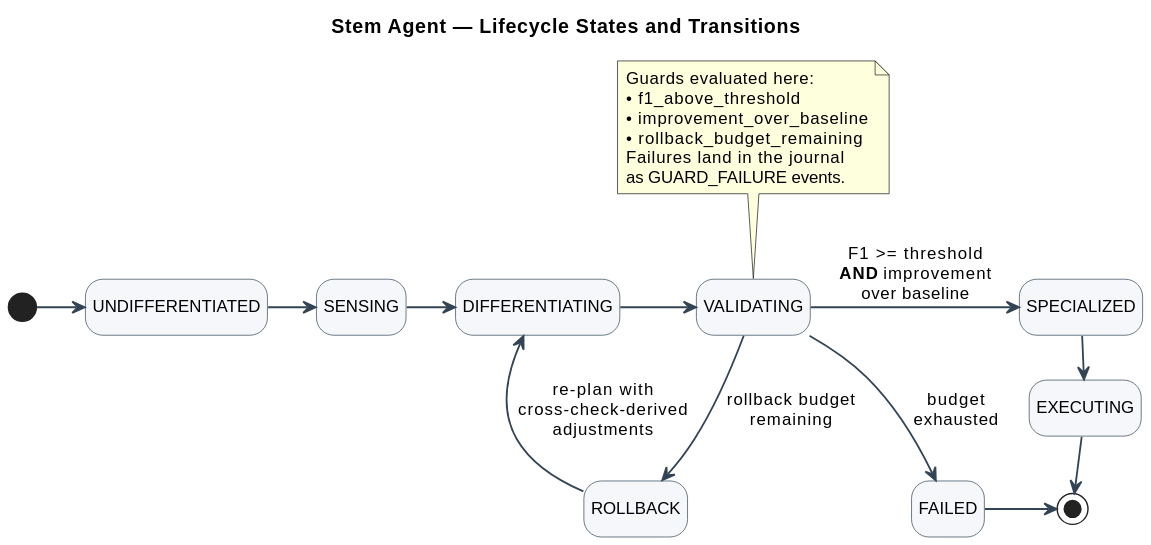
Before: docs/diagrams/state_machine.svg, a diagram exported from PlantUML (qflen/stem-agent). Source of this version:
```plantuml
@startuml
title Stem Agent — Lifecycle States and Transitions

skinparam state {
  BackgroundColor #F5F7FA
  BorderColor #345
  FontName Helvetica
  FontSize 12
}
skinparam shadowing false
skinparam arrowThickness 1.3
skinparam arrowColor #345
skinparam defaultFontSize 12

hide empty description

[*] -right-> UNDIFFERENTIATED
UNDIFFERENTIATED -right-> SENSING
SENSING -right-> DIFFERENTIATING
DIFFERENTIATING -right-> VALIDATING

VALIDATING -right-> SPECIALIZED : F1 >= threshold\n**AND** improvement\nover baseline
SPECIALIZED -right-> EXECUTING : review(code)
EXECUTING -right-> [*]

VALIDATING -down-> ROLLBACK : rollback budget\nremaining
ROLLBACK -up-> DIFFERENTIATING : re-plan with\ncross-check-derived\nadjustments

VALIDATING -down-> FAILED : budget\nexhausted
FAILED -right-> [*]

note top of VALIDATING
  Guards evaluated here:
  • f1_above_threshold
  • improvement_over_baseline
  • rollback_budget_remaining
  Failures land in the journal
  as GUARD_FAILURE events.
end note
@enduml
```
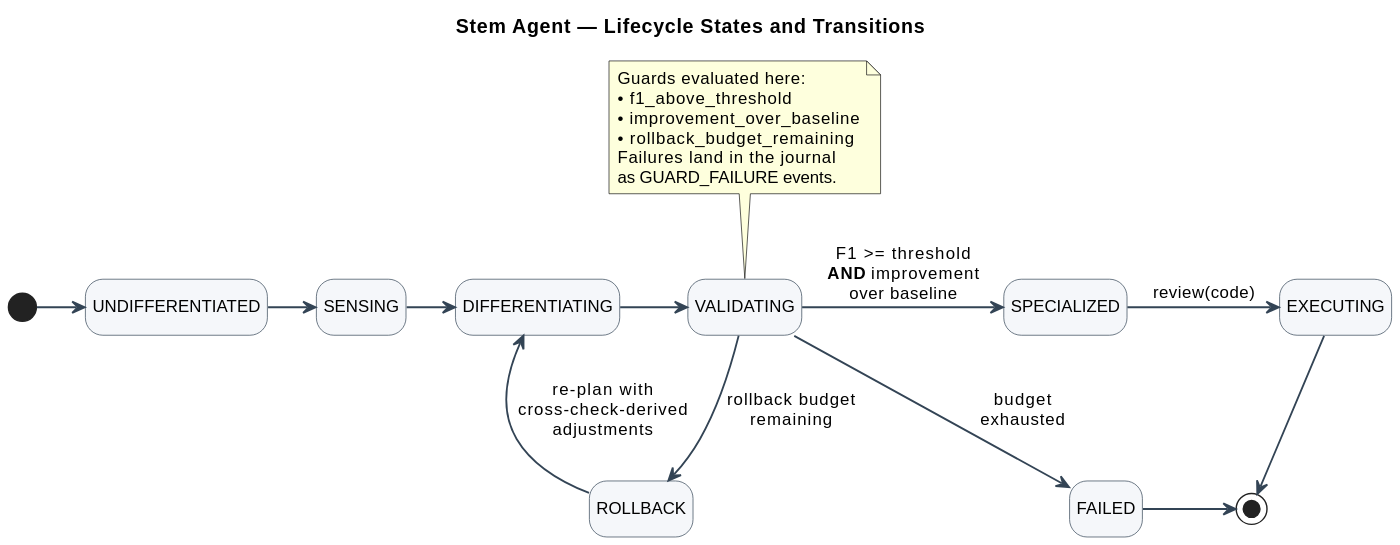
After the commit.

Commit message:
Swap the component diagram from PlantUML to D2

Change to the diagram source:
```diff
@@ -21,7 +21,7 @@
 
 VALIDATING -right-> SPECIALIZED : F1 >= threshold\n**AND** improvement\nover baseline
 SPECIALIZED -right-> EXECUTING : review(code)
-EXECUTING -right-> [*]
+EXECUTING -down-> [*]
 
 VALIDATING -down-> ROLLBACK : rollback budget\nremaining
 ROLLBACK -up-> DIFFERENTIATING : re-plan with\ncross-check-derived\nadjustments
```
